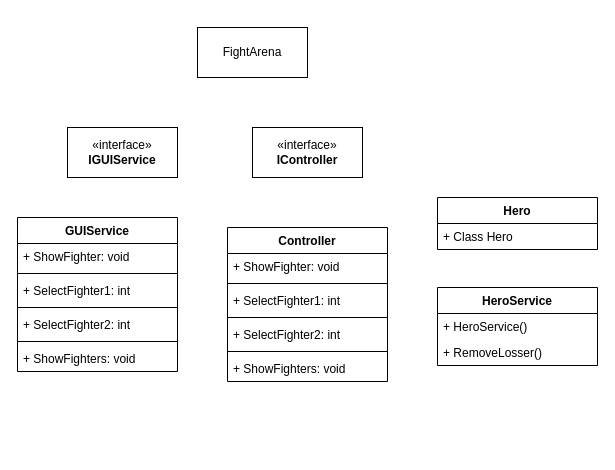
This is DrawIO.drawio from SimonHovmand/OOP-Eksamen, a draw.io file, before an edit. Source tidied: cells renumbered, new cells numbered last; positions are measured from the earlier drawing's top-left corner, leaving out a move shared by most shapes. Both pictures are drawn from the tidied source at 100%, with x=0, y=0 at pixel (17, 27).
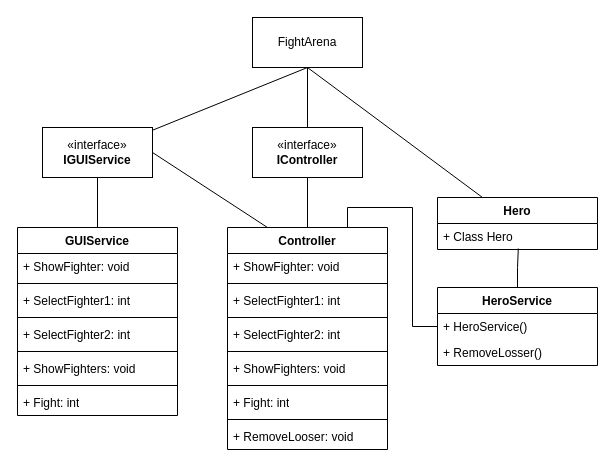
Above is the later version.

Unchanged cells that the change refers to:
```xml
<mxCell id="12" value="HeroService" style="swimlane;fontStyle=1;align=center;verticalAlign=top;horizontal=1;startSize=26;whiteSpace=wrap;html=1;" parent="1" vertex="1">
  <mxGeometry x="420" y="260" width="160" height="78" as="geometry" />
</mxCell>
<mxCell id="13" value="+ HeroService()" style="text;strokeColor=none;fillColor=none;align=left;verticalAlign=top;spacingLeft=4;spacingRight=4;overflow=hidden;points=[[0,0.5],[1,0.5]];portConstraint=eastwest;whiteSpace=wrap;html=1;" parent="12" vertex="1">
  <mxGeometry y="26" width="160" height="26" as="geometry" />
</mxCell>
<mxCell id="15" value="Hero" style="swimlane;fontStyle=1;align=center;verticalAlign=top;horizontal=1;startSize=26;whiteSpace=wrap;html=1;" parent="1" vertex="1">
  <mxGeometry x="420" y="170" width="160" height="52" as="geometry" />
</mxCell>
<mxCell id="16" value="+ Class Hero" style="text;strokeColor=none;fillColor=none;align=left;verticalAlign=top;spacingLeft=4;spacingRight=4;overflow=hidden;points=[[0,0.5],[1,0.5]];portConstraint=eastwest;whiteSpace=wrap;html=1;" parent="15" vertex="1">
  <mxGeometry y="26" width="160" height="26" as="geometry" />
</mxCell>
<mxCell id="17" value="«interface»&lt;br&gt;&lt;b&gt;IController&lt;/b&gt;" style="html=1;whiteSpace=wrap;" parent="1" vertex="1">
  <mxGeometry x="235" y="100" width="110" height="50" as="geometry" />
</mxCell>
```

The edit, as a diff of the source:
```diff
@@
     <mxCell id="2" value="FightArena" style="html=1;whiteSpace=wrap;" parent="1" vertex="1">
-      <mxGeometry x="180" width="110" height="50" as="geometry" />
+      <mxGeometry x="235" y="-10" width="110" height="50" as="geometry" />
     </mxCell>
+    <mxCell id="26" style="rounded=0;jettySize=auto;html=1;entryX=0.5;entryY=1;entryDx=0;entryDy=0;endArrow=none;endFill=0;" parent="1" edge="1" source="3" target="2">
+      <mxGeometry relative="1" as="geometry" />
+    </mxCell>
     <mxCell id="3" value="«interface»&lt;br&gt;&lt;b&gt;IGUIService&lt;/b&gt;" style="html=1;whiteSpace=wrap;" parent="1" vertex="1">
-      <mxGeometry x="50" y="100" width="110" height="50" as="geometry" />
+      <mxGeometry x="25" y="100" width="110" height="50" as="geometry" />
     </mxCell>
+    <mxCell id="27" value="&lt;br&gt;" style="edgeStyle=orthogonalEdgeStyle;rounded=0;jettySize=auto;html=1;entryX=0.5;entryY=1;entryDx=0;entryDy=0;endArrow=none;endFill=0;" parent="1" edge="1" source="4" target="3">
+      <mxGeometry relative="1" as="geometry" />
+    </mxCell>
     <mxCell id="4" value="GUIService" style="swimlane;fontStyle=1;align=center;verticalAlign=top;horizontal=1;startSize=26;whiteSpace=wrap;html=1;" parent="1" vertex="1">
-      <mxGeometry y="190" width="160" height="154" as="geometry" />
+      <mxGeometry y="200" width="160" height="188" as="geometry" />
     </mxCell>
@@
+    <mxCell id="28" style="line;strokeWidth=1;fillColor=none;align=left;verticalAlign=middle;spacingTop=-1;spacingLeft=3;spacingRight=3;labelPosition=right;strokeColor=inherit;" parent="4" vertex="1">
+      <mxGeometry y="154" width="160" height="8" as="geometry" />
+    </mxCell>
+    <mxCell id="29" value="+ Fight: int" style="text;strokeColor=none;fillColor=none;align=left;verticalAlign=top;spacingLeft=4;spacingRight=4;overflow=hidden;whiteSpace=wrap;html=1;" parent="4" vertex="1">
+      <mxGeometry y="162" width="160" height="26" as="geometry" />
+    </mxCell>
+    <mxCell id="30" style="edgeStyle=orthogonalEdgeStyle;rounded=0;jettySize=auto;html=1;entryX=0.505;entryY=0.962;entryDx=0;entryDy=0;entryPerimeter=0;endArrow=none;endFill=0;" parent="1" edge="1" source="12" target="16">
+      <mxGeometry relative="1" as="geometry" />
+    </mxCell>
@@
+    <mxCell id="31" style="rounded=0;jettySize=auto;html=1;endArrow=none;endFill=0;entryX=0.5;entryY=1;entryDx=0;entryDy=0;" parent="1" edge="1" source="15" target="2">
+      <mxGeometry relative="1" as="geometry" />
+    </mxCell>
@@
+    <mxCell id="32" style="edgeStyle=orthogonalEdgeStyle;rounded=0;jettySize=auto;html=1;endArrow=none;endFill=0;" parent="1" edge="1" source="17">
+      <mxGeometry relative="1" as="geometry">
+        <mxPoint x="290" y="40" as="targetPoint" />
+      </mxGeometry>
+    </mxCell>
@@
+    <mxCell id="33" style="edgeStyle=orthogonalEdgeStyle;rounded=0;jettySize=auto;html=1;entryX=0.5;entryY=1;entryDx=0;entryDy=0;endArrow=none;endFill=0;" parent="1" edge="1" source="18" target="17">
+      <mxGeometry relative="1" as="geometry" />
+    </mxCell>
+    <mxCell id="34" style="rounded=0;jettySize=auto;html=1;exitX=0.25;exitY=0;exitDx=0;exitDy=0;entryX=1;entryY=0.5;entryDx=0;entryDy=0;endArrow=none;endFill=0;" parent="1" edge="1" source="18" target="3">
+      <mxGeometry relative="1" as="geometry" />
+    </mxCell>
+    <mxCell id="35" style="edgeStyle=orthogonalEdgeStyle;rounded=0;jettySize=auto;html=1;exitX=0.75;exitY=0;exitDx=0;exitDy=0;endArrow=none;endFill=0;" parent="1" edge="1" source="18" target="13">
+      <mxGeometry relative="1" as="geometry" />
+    </mxCell>
     <mxCell id="18" value="Controller" style="swimlane;fontStyle=1;align=center;verticalAlign=top;horizontal=1;startSize=26;whiteSpace=wrap;html=1;" parent="1" vertex="1">
-      <mxGeometry x="210" y="200" width="160" height="154" as="geometry" />
+      <mxGeometry x="210" y="200" width="160" height="222" as="geometry" />
     </mxCell>
@@
+    <mxCell id="36" style="line;strokeWidth=1;fillColor=none;align=left;verticalAlign=middle;spacingTop=-1;spacingLeft=3;spacingRight=3;labelPosition=right;strokeColor=inherit;" parent="18" vertex="1">
+      <mxGeometry y="154" width="160" height="8" as="geometry" />
+    </mxCell>
+    <mxCell id="37" value="+ Fight: int" style="text;strokeColor=none;fillColor=none;align=left;verticalAlign=top;spacingLeft=4;spacingRight=4;overflow=hidden;whiteSpace=wrap;html=1;" parent="18" vertex="1">
+      <mxGeometry y="162" width="160" height="26" as="geometry" />
+    </mxCell>
+    <mxCell id="38" style="line;strokeWidth=1;fillColor=none;align=left;verticalAlign=middle;spacingTop=-1;spacingLeft=3;spacingRight=3;labelPosition=right;strokeColor=inherit;" parent="18" vertex="1">
+      <mxGeometry y="188" width="160" height="8" as="geometry" />
+    </mxCell>
+    <mxCell id="39" value="+ RemoveLooser: void" style="text;strokeColor=none;fillColor=none;align=left;verticalAlign=top;spacingLeft=4;spacingRight=4;overflow=hidden;whiteSpace=wrap;html=1;" parent="18" vertex="1">
+      <mxGeometry y="196" width="160" height="26" as="geometry" />
+    </mxCell>
```
